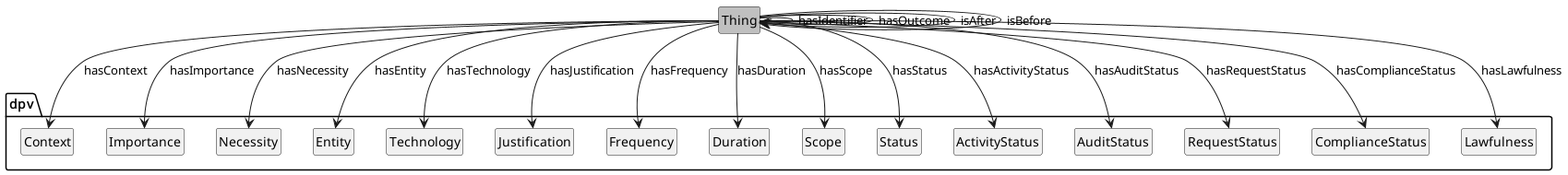
jeswr/dpv keeps this PlantUML diagram as media/Context.png. Above is the earlier version. The source it was exported from:
```plantuml
@startuml
!include style.plantuml

class Thing #silver
package dpv {
	class Context
	class Importance
	class Necessity
	class Entity
	class Technology
	class Justification
	class Frequency
	class Duration
	class Scope
	class Status
	class ActivityStatus
	class AuditStatus
	class RequestStatus
	class ComplianceStatus
	class Lawfulness
}

Thing --> Context: hasContext
Thing --> Importance: hasImportance
Thing --> Necessity: hasNecessity
Thing --> Entity: hasEntity
Thing --> Technology: hasTechnology
Thing --> Justification: hasJustification
Thing --> Frequency: hasFrequency
Thing --> Duration: hasDuration
Thing --> Scope: hasScope
Thing --> Status: hasStatus
Thing --> ActivityStatus: hasActivityStatus
Thing --> AuditStatus: hasAuditStatus
Thing --> RequestStatus: hasRequestStatus
Thing --> ComplianceStatus: hasComplianceStatus
Thing --> Lawfulness: hasLawfulness

Thing ---> Thing: hasIdentifier
Thing ---> Thing: hasOutcome
Thing ---> Thing: isAfter
Thing ---> Thing: isBefore

@enduml
```
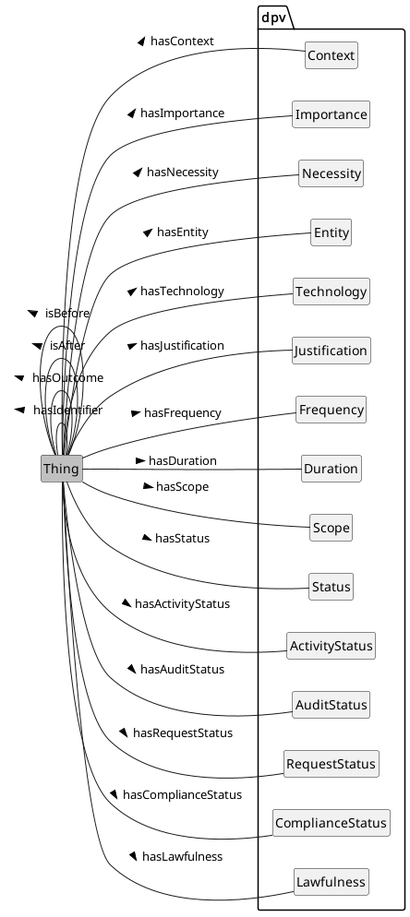
After the change.

What changed in the source:
```diff
@@ -1,5 +1,6 @@
 @startuml
 !include style.plantuml
+left to right direction
 
 class Thing #silver
 package dpv {
@@ -20,25 +21,25 @@
 	class Lawfulness
 }
 
-Thing --> Context: hasContext
-Thing --> Importance: hasImportance
-Thing --> Necessity: hasNecessity
-Thing --> Entity: hasEntity
-Thing --> Technology: hasTechnology
-Thing --> Justification: hasJustification
-Thing --> Frequency: hasFrequency
-Thing --> Duration: hasDuration
-Thing --> Scope: hasScope
-Thing --> Status: hasStatus
-Thing --> ActivityStatus: hasActivityStatus
-Thing --> AuditStatus: hasAuditStatus
-Thing --> RequestStatus: hasRequestStatus
-Thing --> ComplianceStatus: hasComplianceStatus
-Thing --> Lawfulness: hasLawfulness
+Thing -- Context: hasContext >
+Thing -- Importance: hasImportance >
+Thing -- Necessity: hasNecessity >
+Thing -- Entity: hasEntity >
+Thing -- Technology: hasTechnology >
+Thing -- Justification: hasJustification >
+Thing -- Frequency: hasFrequency >
+Thing -- Duration: hasDuration >
+Thing -- Scope: hasScope >
+Thing -- Status: hasStatus >
+Thing -- ActivityStatus: hasActivityStatus >
+Thing -- AuditStatus: hasAuditStatus >
+Thing -- RequestStatus: hasRequestStatus >
+Thing -- ComplianceStatus: hasComplianceStatus >
+Thing -- Lawfulness: hasLawfulness >
 
-Thing ---> Thing: hasIdentifier
-Thing ---> Thing: hasOutcome
-Thing ---> Thing: isAfter
-Thing ---> Thing: isBefore
+Thing --- Thing: hasIdentifier >
+Thing --- Thing: hasOutcome >
+Thing --- Thing: isAfter >
+Thing --- Thing: isBefore >
 
 @enduml
```
